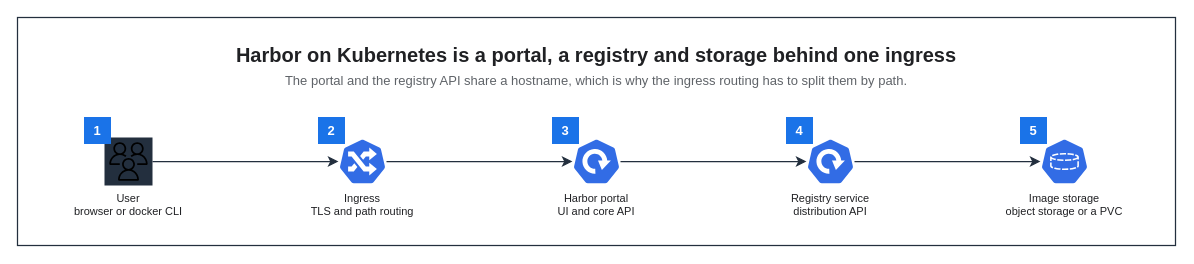
Before: assets/img/registry/harbor-kubernetes-architecture.drawio in KKamJi98/kkamji98.github.io, a draw.io diagram. Source tidied: cells renumbered, new cells numbered last; positions are measured from the earlier drawing's top-left corner, leaving out a move shared by most shapes. Both pictures are drawn from the tidied source at 100%, with x=0, y=0 at pixel (17, 17).
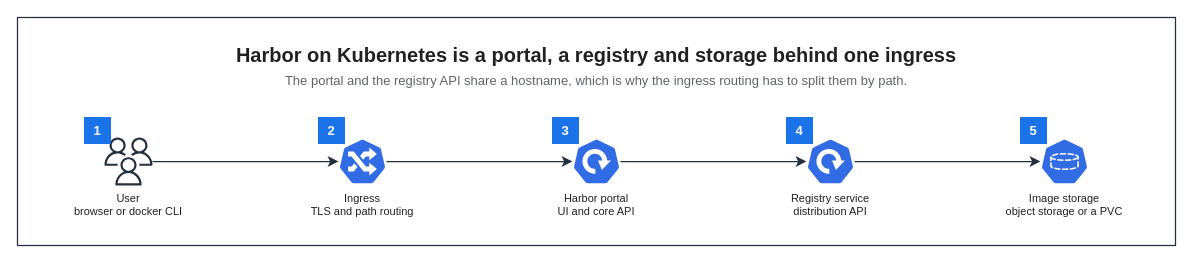
After the change.

What changed in the source:
```diff
@@
 <mxGraphModel background="#FFFFFF">
   <root>
     <mxCell id="0" />
     <mxCell id="1" parent="0" />
     <mxCell id="2" style="rounded=0;html=0;fillColor=none;strokeColor=#232F3E;fontColor=#202124;strokeWidth=1.25;" parent="1" vertex="1">
       <mxGeometry width="1158" height="228" as="geometry" />
     </mxCell>
     <mxCell id="3" value="Harbor on Kubernetes is a portal, a registry and storage behind one ingress" style="text;html=0;whiteSpace=wrap;fillColor=none;strokeColor=none;fontColor=#202124;fontSize=20;fontStyle=1;align=center;verticalAlign=middle;" parent="1" vertex="1">
       <mxGeometry x="22" y="22" width="1114" height="30" as="geometry" />
     </mxCell>
     <mxCell id="4" value="The portal and the registry API share a hostname, which is why the ingress routing has to split them by path." style="text;html=0;whiteSpace=wrap;fillColor=none;strokeColor=none;fontColor=#5F6368;fontSize=13;fontStyle=0;align=center;verticalAlign=middle;" parent="1" vertex="1">
       <mxGeometry x="22" y="52" width="1114" height="22" as="geometry" />
     </mxCell>
-    <mxCell id="5" value="User&#10;browser or docker CLI" style="sketch=0;outlineConnect=0;gradientColor=none;html=0;whiteSpace=nowrap;fontSize=11;fontStyle=0;fontColor=#202124;verticalLabelPosition=bottom;verticalAlign=top;align=center;labelBackgroundColor=none;fillColor=#232F3E;strokeColor=none;dashed=0;shape=mxgraph.aws4.resourceIcon;resIcon=mxgraph.aws4.users;" parent="1" vertex="1">
+    <mxCell id="5" value="User&#10;browser or docker CLI" style="sketch=0;outlineConnect=0;gradientColor=none;html=0;whiteSpace=nowrap;fontSize=11;fontStyle=0;fontColor=#202124;verticalLabelPosition=bottom;verticalAlign=top;align=center;labelBackgroundColor=none;fillColor=#232F3E;strokeColor=none;dashed=0;shape=mxgraph.aws4.users;" parent="1" vertex="1">
       <mxGeometry x="87" y="120" width="48" height="48" as="geometry" />
     </mxCell>
     <mxCell id="6" value="Ingress&#10;TLS and path routing" style="sketch=0;outlineConnect=0;gradientColor=none;html=0;whiteSpace=nowrap;fontSize=11;fontStyle=0;fontColor=#202124;verticalLabelPosition=bottom;verticalAlign=top;align=center;labelBackgroundColor=none;fillColor=#326CE5;strokeColor=none;dashed=0;shape=mxgraph.kubernetes.icon;prIcon=ing;" parent="1" vertex="1">
       <mxGeometry x="321" y="120" width="48" height="48" as="geometry" />
     </mxCell>
     <mxCell id="7" value="Harbor portal&#10;UI and core API" style="sketch=0;outlineConnect=0;gradientColor=none;html=0;whiteSpace=nowrap;fontSize=11;fontStyle=0;fontColor=#202124;verticalLabelPosition=bottom;verticalAlign=top;align=center;labelBackgroundColor=none;fillColor=#326CE5;strokeColor=none;dashed=0;shape=mxgraph.kubernetes.icon;prIcon=deploy;" parent="1" vertex="1">
       <mxGeometry x="555" y="120" width="48" height="48" as="geometry" />
     </mxCell>
     <mxCell id="8" value="Registry service&#10;distribution API" style="sketch=0;outlineConnect=0;gradientColor=none;html=0;whiteSpace=nowrap;fontSize=11;fontStyle=0;fontColor=#202124;verticalLabelPosition=bottom;verticalAlign=top;align=center;labelBackgroundColor=none;fillColor=#326CE5;strokeColor=none;dashed=0;shape=mxgraph.kubernetes.icon;prIcon=deploy;" parent="1" vertex="1">
       <mxGeometry x="789" y="120" width="48" height="48" as="geometry" />
     </mxCell>
     <mxCell id="9" value="Image storage&#10;object storage or a PVC" style="sketch=0;outlineConnect=0;gradientColor=none;html=0;whiteSpace=nowrap;fontSize=11;fontStyle=0;fontColor=#202124;verticalLabelPosition=bottom;verticalAlign=top;align=center;labelBackgroundColor=none;fillColor=#326CE5;strokeColor=none;dashed=0;shape=mxgraph.kubernetes.icon;prIcon=pvc;" parent="1" vertex="1">
       <mxGeometry x="1023" y="120" width="48" height="48" as="geometry" />
     </mxCell>
     <mxCell id="10" value="1" style="rounded=0;whiteSpace=wrap;html=0;fillColor=#1A73E8;strokeColor=#1A73E8;fontColor=#FFFFFF;fontSize=13;fontStyle=1;align=center;verticalAlign=middle;" parent="1" vertex="1">
       <mxGeometry x="67" y="100" width="26" height="26" as="geometry" />
     </mxCell>
     <mxCell id="11" value="2" style="rounded=0;whiteSpace=wrap;html=0;fillColor=#1A73E8;strokeColor=#1A73E8;fontColor=#FFFFFF;fontSize=13;fontStyle=1;align=center;verticalAlign=middle;" parent="1" vertex="1">
       <mxGeometry x="301" y="100" width="26" height="26" as="geometry" />
     </mxCell>
     <mxCell id="12" value="3" style="rounded=0;whiteSpace=wrap;html=0;fillColor=#1A73E8;strokeColor=#1A73E8;fontColor=#FFFFFF;fontSize=13;fontStyle=1;align=center;verticalAlign=middle;" parent="1" vertex="1">
       <mxGeometry x="535" y="100" width="26" height="26" as="geometry" />
     </mxCell>
     <mxCell id="13" value="4" style="rounded=0;whiteSpace=wrap;html=0;fillColor=#1A73E8;strokeColor=#1A73E8;fontColor=#FFFFFF;fontSize=13;fontStyle=1;align=center;verticalAlign=middle;" parent="1" vertex="1">
       <mxGeometry x="769" y="100" width="26" height="26" as="geometry" />
     </mxCell>
     <mxCell id="14" value="5" style="rounded=0;whiteSpace=wrap;html=0;fillColor=#1A73E8;strokeColor=#1A73E8;fontColor=#FFFFFF;fontSize=13;fontStyle=1;align=center;verticalAlign=middle;" parent="1" vertex="1">
       <mxGeometry x="1003" y="100" width="26" height="26" as="geometry" />
     </mxCell>
     <mxCell id="15" style="edgeStyle=orthogonalEdgeStyle;rounded=0;html=0;strokeColor=#232F3E;strokeWidth=1.25;endArrow=classic;endFill=1;endSize=7;fontSize=11;fontColor=#202124;labelBackgroundColor=none;jettySize=14;exitX=1;exitY=0.5;entryX=0;entryY=0.5;exitDx=0;exitDy=0;entryDx=0;entryDy=0;" parent="1" edge="1" source="5" target="6">
       <mxGeometry relative="1" as="geometry" />
     </mxCell>
     <mxCell id="16" style="edgeStyle=orthogonalEdgeStyle;rounded=0;html=0;strokeColor=#232F3E;strokeWidth=1.25;endArrow=classic;endFill=1;endSize=7;fontSize=11;fontColor=#202124;labelBackgroundColor=none;jettySize=14;exitX=1;exitY=0.5;entryX=0;entryY=0.5;exitDx=0;exitDy=0;entryDx=0;entryDy=0;" parent="1" edge="1" source="6" target="7">
       <mxGeometry relative="1" as="geometry" />
     </mxCell>
     <mxCell id="17" style="edgeStyle=orthogonalEdgeStyle;rounded=0;html=0;strokeColor=#232F3E;strokeWidth=1.25;endArrow=classic;endFill=1;endSize=7;fontSize=11;fontColor=#202124;labelBackgroundColor=none;jettySize=14;exitX=1;exitY=0.5;entryX=0;entryY=0.5;exitDx=0;exitDy=0;entryDx=0;entryDy=0;" parent="1" edge="1" source="7" target="8">
       <mxGeometry relative="1" as="geometry" />
     </mxCell>
     <mxCell id="18" style="edgeStyle=orthogonalEdgeStyle;rounded=0;html=0;strokeColor=#232F3E;strokeWidth=1.25;endArrow=classic;endFill=1;endSize=7;fontSize=11;fontColor=#202124;labelBackgroundColor=none;jettySize=14;exitX=1;exitY=0.5;entryX=0;entryY=0.5;exitDx=0;exitDy=0;entryDx=0;entryDy=0;" parent="1" edge="1" source="8" target="9">
       <mxGeometry relative="1" as="geometry" />
     </mxCell>
   </root>
 </mxGraphModel>
```
